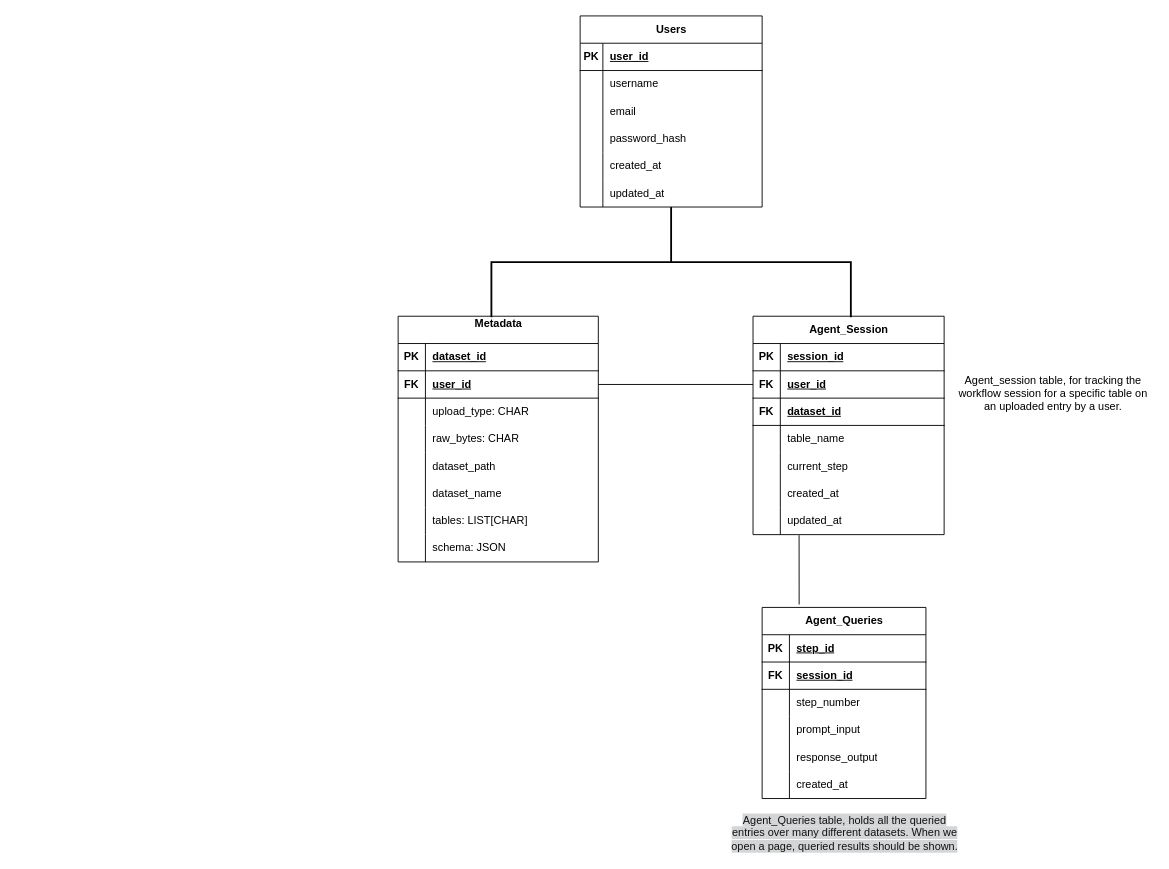
Before: notes/Dataspace Diagram.drawio in DataspaceOrg/DataspaceV1, a draw.io diagram. Source tidied: cells renumbered, new cells numbered last; positions are measured from the earlier drawing's top-left corner, leaving out a move shared by most shapes. Both pictures are drawn from the tidied source at 91%, with x=0, y=0 at pixel (398, 15).
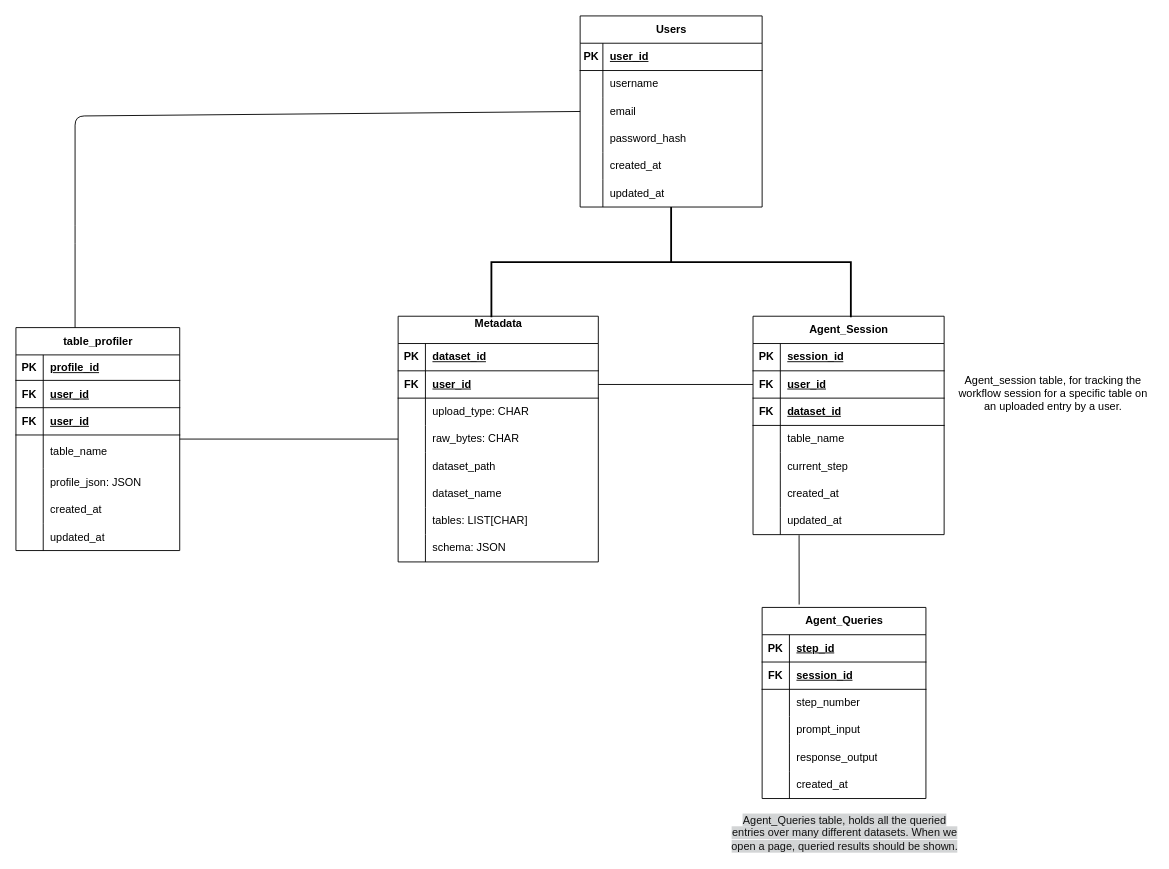
The same diagram, later.

Unchanged cells that the change refers to:
```xml
<mxCell id="79" style="shape=tableRow;horizontal=0;startSize=0;swimlaneHead=0;swimlaneBody=0;fillColor=none;points=[[0,0.5],[1,0.5]];portConstraint=eastwest;top=0;left=0;right=0;bottom=0;" parent="72" vertex="1">
  <mxGeometry y="90" width="200" height="30" as="geometry" />
</mxCell>
```

Change to the diagram source:
```diff
@@
+    <mxCell id="92" value="table_profiler" style="shape=table;startSize=30;childLayout=tableLayout;rowLines=0;fontStyle=1;align=center;html=1;" parent="1" vertex="1">
+      <mxGeometry x="-420" y="342.5" width="180" height="245" as="geometry" />
+    </mxCell>
+    <mxCell id="93" style="shape=tableRow;horizontal=0;startSize=0;swimlaneHead=0;swimlaneBody=0;fillColor=none;top=0;left=0;right=0;bottom=1;" parent="92" vertex="1">
+      <mxGeometry y="30" width="180" height="28" as="geometry" />
+    </mxCell>
+    <mxCell id="94" value="PK" style="shape=partialRectangle;fillColor=none;top=0;left=0;bottom=0;right=0;fontStyle=1;overflow=hidden;whiteSpace=wrap;html=1;" parent="93" vertex="1">
+      <mxGeometry width="30" height="28" as="geometry" />
+    </mxCell>
+    <mxCell id="95" value="profile_id" style="shape=partialRectangle;fillColor=none;top=0;left=0;bottom=0;right=0;align=left;spacingLeft=6;fontStyle=5;overflow=hidden;whiteSpace=wrap;html=1;" parent="93" vertex="1">
+      <mxGeometry x="30" width="150" height="28" as="geometry" />
+    </mxCell>
+    <mxCell id="96" style="shape=tableRow;horizontal=0;startSize=0;swimlaneHead=0;swimlaneBody=0;fillColor=none;top=0;left=0;right=0;bottom=1;" parent="92" vertex="1">
+      <mxGeometry y="58" width="180" height="30" as="geometry" />
+    </mxCell>
+    <mxCell id="97" value="FK" style="shape=partialRectangle;fillColor=none;top=0;left=0;bottom=0;right=0;fontStyle=1;overflow=hidden;whiteSpace=wrap;html=1;" parent="96" vertex="1">
+      <mxGeometry width="30" height="30" as="geometry" />
+    </mxCell>
+    <mxCell id="98" value="user_id" style="shape=partialRectangle;fillColor=none;top=0;left=0;bottom=0;right=0;align=left;spacingLeft=6;fontStyle=5;overflow=hidden;whiteSpace=wrap;html=1;" parent="96" vertex="1">
+      <mxGeometry x="30" width="150" height="30" as="geometry" />
+    </mxCell>
+    <mxCell id="99" style="shape=tableRow;horizontal=0;startSize=0;swimlaneHead=0;swimlaneBody=0;fillColor=none;top=0;left=0;right=0;bottom=1;" parent="92" vertex="1">
+      <mxGeometry y="88" width="180" height="30" as="geometry" />
+    </mxCell>
+    <mxCell id="100" value="FK" style="shape=partialRectangle;fillColor=none;top=0;left=0;bottom=0;right=0;fontStyle=1;overflow=hidden;whiteSpace=wrap;html=1;" parent="99" vertex="1">
+      <mxGeometry width="30" height="30" as="geometry" />
+    </mxCell>
+    <mxCell id="101" value="user_id" style="shape=partialRectangle;fillColor=none;top=0;left=0;bottom=0;right=0;align=left;spacingLeft=6;fontStyle=5;overflow=hidden;whiteSpace=wrap;html=1;" parent="99" vertex="1">
+      <mxGeometry x="30" width="150" height="30" as="geometry" />
+    </mxCell>
+    <mxCell id="102" style="shape=tableRow;horizontal=0;startSize=0;swimlaneHead=0;swimlaneBody=0;fillColor=none;top=0;left=0;right=0;bottom=0;" parent="92" vertex="1">
+      <mxGeometry y="118" width="180" height="37" as="geometry" />
+    </mxCell>
+    <mxCell id="103" style="shape=partialRectangle;fillColor=none;top=0;left=0;bottom=0;right=0;overflow=hidden;whiteSpace=wrap;html=1;" parent="102" vertex="1">
+      <mxGeometry width="30" height="37" as="geometry" />
+    </mxCell>
+    <mxCell id="104" value="table_name" style="shape=partialRectangle;fillColor=none;top=0;left=0;bottom=0;right=0;align=left;spacingLeft=6;overflow=hidden;whiteSpace=wrap;html=1;" parent="102" vertex="1">
+      <mxGeometry x="30" width="150" height="37" as="geometry" />
+    </mxCell>
+    <mxCell id="105" style="shape=tableRow;horizontal=0;startSize=0;swimlaneHead=0;swimlaneBody=0;fillColor=none;top=0;left=0;right=0;bottom=0;" parent="92" vertex="1">
+      <mxGeometry y="155" width="180" height="30" as="geometry" />
+    </mxCell>
+    <mxCell id="106" style="shape=partialRectangle;fillColor=none;top=0;left=0;bottom=0;right=0;overflow=hidden;whiteSpace=wrap;html=1;" parent="105" vertex="1">
+      <mxGeometry width="30" height="30" as="geometry" />
+    </mxCell>
+    <mxCell id="107" value="profile_json: JSON" style="shape=partialRectangle;fillColor=none;top=0;left=0;bottom=0;right=0;align=left;spacingLeft=6;overflow=hidden;whiteSpace=wrap;html=1;" parent="105" vertex="1">
+      <mxGeometry x="30" width="150" height="30" as="geometry" />
+    </mxCell>
+    <mxCell id="108" style="shape=tableRow;horizontal=0;startSize=0;swimlaneHead=0;swimlaneBody=0;fillColor=none;top=0;left=0;right=0;bottom=0;" parent="92" vertex="1">
+      <mxGeometry y="185" width="180" height="30" as="geometry" />
+    </mxCell>
+    <mxCell id="109" style="shape=partialRectangle;fillColor=none;top=0;left=0;bottom=0;right=0;overflow=hidden;whiteSpace=wrap;html=1;" parent="108" vertex="1">
+      <mxGeometry width="30" height="30" as="geometry" />
+    </mxCell>
+    <mxCell id="110" value="created_at" style="shape=partialRectangle;fillColor=none;top=0;left=0;bottom=0;right=0;align=left;spacingLeft=6;overflow=hidden;whiteSpace=wrap;html=1;" parent="108" vertex="1">
+      <mxGeometry x="30" width="150" height="30" as="geometry" />
+    </mxCell>
+    <mxCell id="111" style="shape=tableRow;horizontal=0;startSize=0;swimlaneHead=0;swimlaneBody=0;fillColor=none;top=0;left=0;right=0;bottom=0;" parent="92" vertex="1">
+      <mxGeometry y="215" width="180" height="30" as="geometry" />
+    </mxCell>
+    <mxCell id="112" style="shape=partialRectangle;fillColor=none;top=0;left=0;bottom=0;right=0;overflow=hidden;whiteSpace=wrap;html=1;" parent="111" vertex="1">
+      <mxGeometry width="30" height="30" as="geometry" />
+    </mxCell>
+    <mxCell id="113" value="updated_at" style="shape=partialRectangle;fillColor=none;top=0;left=0;bottom=0;right=0;align=left;spacingLeft=6;overflow=hidden;whiteSpace=wrap;html=1;" parent="111" vertex="1">
+      <mxGeometry x="30" width="150" height="30" as="geometry" />
+    </mxCell>
+    <mxCell id="114" style="line;strokeWidth=1;dashed=0;labelPosition=right;align=left;verticalAlign=middle;spacingTop=0;spacingLeft=6;" parent="1" vertex="1">
+      <mxGeometry x="-240" y="460" width="240" height="10" as="geometry" />
+    </mxCell>
+    <mxCell id="115" style="endArrow=none;html=1;rounded=1;curved=0;entryX=0;entryY=0.5;entryDx=0;entryDy=0;" parent="1" edge="1" target="79">
+      <mxGeometry relative="1" as="geometry">
+        <mxPoint x="-355" y="342.5" as="sourcePoint" />
+        <Array as="points">
+          <mxPoint x="-355" y="240" />
+          <mxPoint x="-355" y="110" />
+        </Array>
+      </mxGeometry>
+    </mxCell>
```
